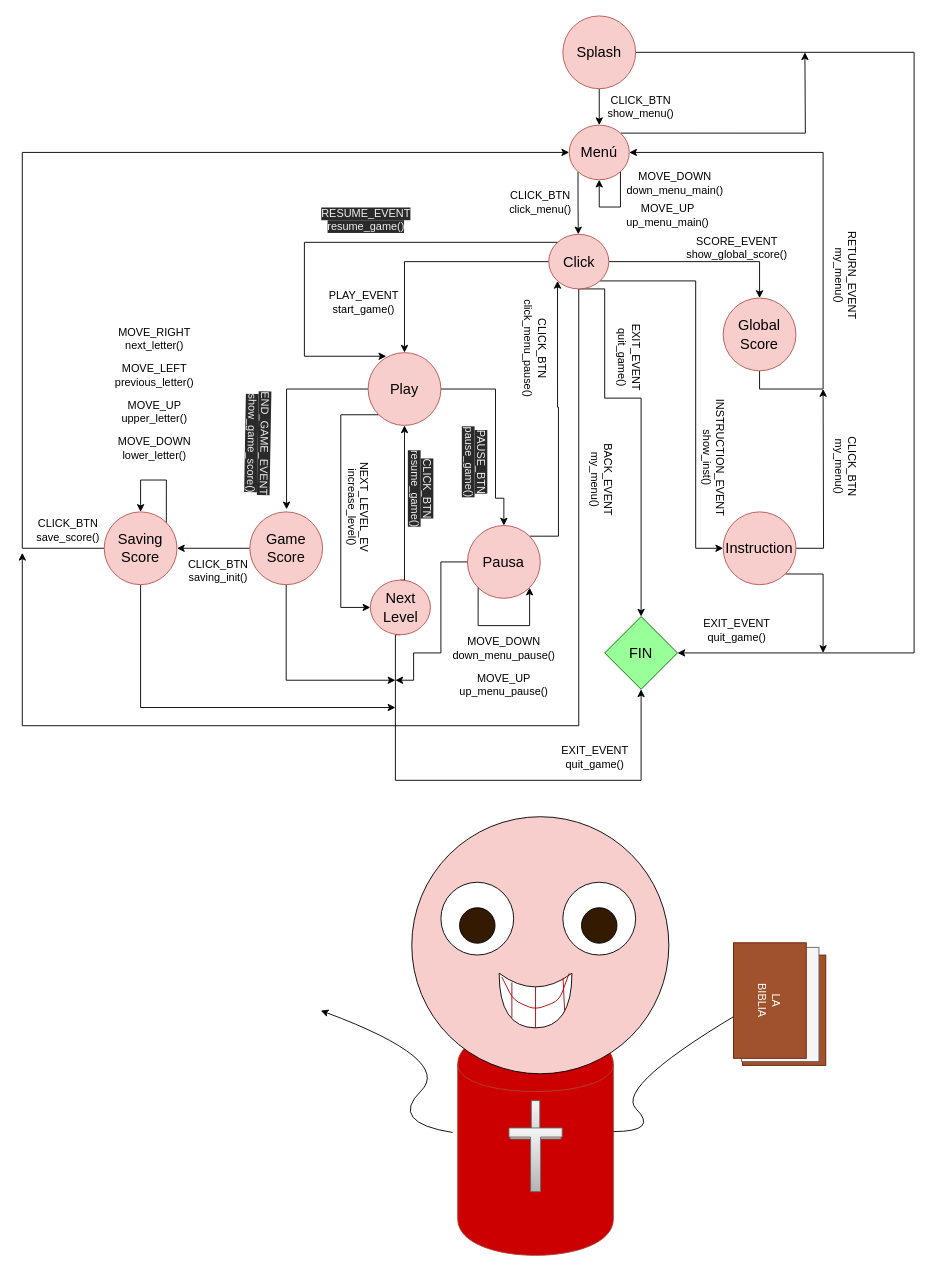
Before: some files/fsm_sketch.dio in KevinWahle/Programacion-1-TP-Integrador, a draw.io diagram. Source tidied: cells renumbered, new cells numbered last; positions are measured from the earlier drawing's top-left corner, leaving out a move shared by most shapes. Both pictures are drawn from the tidied source at 91%, with x=0, y=0 at pixel (22, 15).
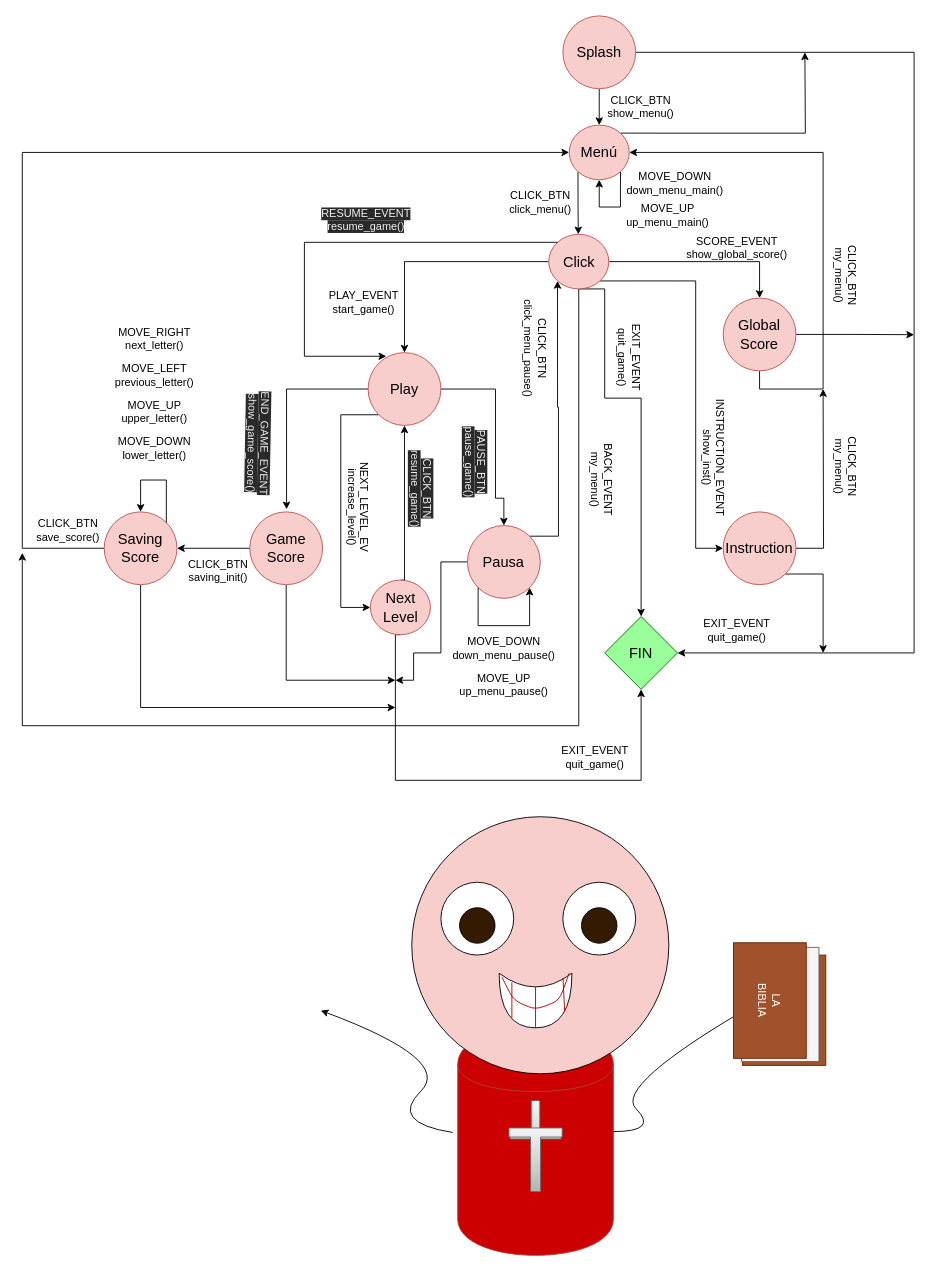
The same diagram, later.

Unchanged cells that the change refers to:
```xml
<mxCell id="12" value="Global Score" style="ellipse;whiteSpace=wrap;html=1;fillColor=#f8cecc;strokeColor=#b85450;fontColor=#000000;fontSize=16;" parent="1" vertex="1">
  <mxGeometry x="770.2" y="310" width="80" height="80" as="geometry" />
</mxCell>
```

Change to the diagram source:
```diff
@@
+    <mxCell id="85" style="edgeStyle=orthogonalEdgeStyle;rounded=0;jettySize=auto;html=1;exitX=1;exitY=0.5;exitDx=0;exitDy=0;" parent="1" edge="1" source="12">
+      <mxGeometry relative="1" as="geometry">
+        <mxPoint x="980" y="350.3" as="targetPoint" />
+      </mxGeometry>
+    </mxCell>
@@
-    <mxCell id="55" value="RETURN_EVENT&lt;br&gt;my_menu()" style="text;html=1;align=center;verticalAlign=middle;rotation=90;" parent="1" vertex="1">
-      <mxGeometry x="850.2" y="270" width="110" height="30" as="geometry" />
+    <mxCell id="55" value="CLICK_BTN&lt;br&gt;my_menu()" style="text;html=1;align=center;verticalAlign=middle;rotation=90;" parent="1" vertex="1">
+      <mxGeometry x="865.2" y="270" width="80" height="30" as="geometry" />
     </mxCell>
```
